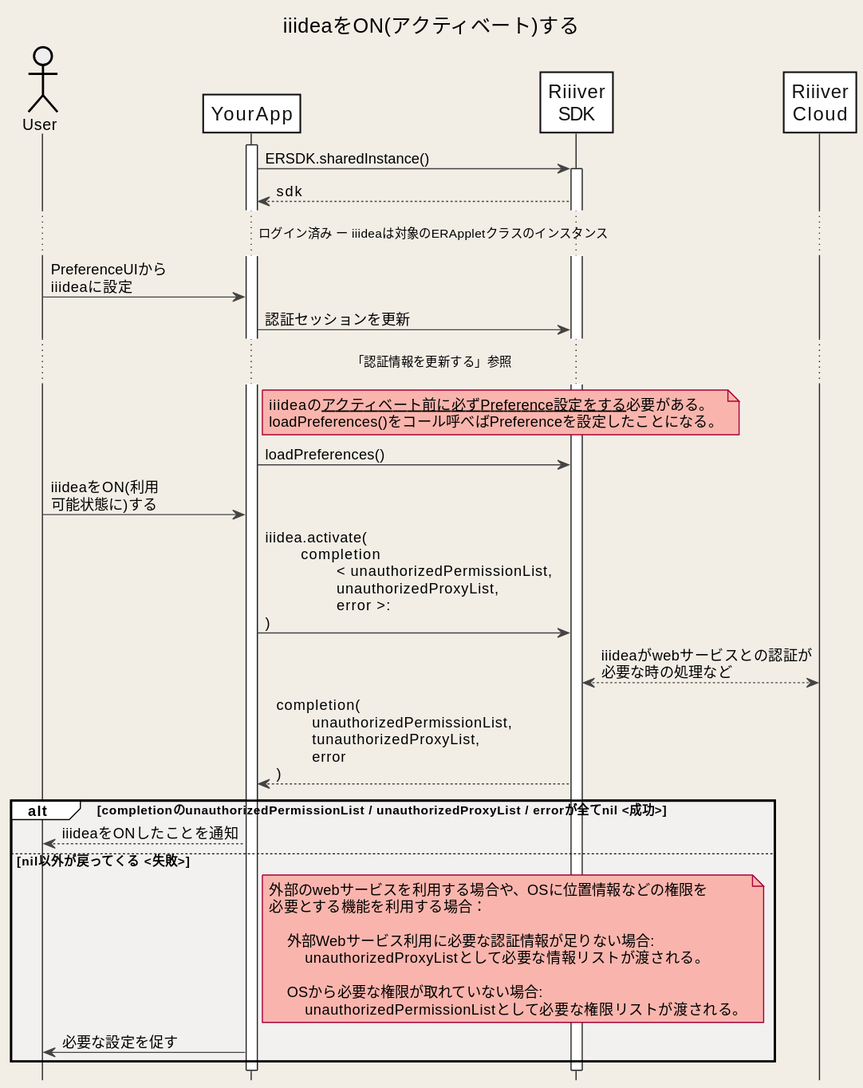
This is images/ja/Sequences/activateIiidea.svg from CitizenWatch/RiiiverResources, a PlantUML export, as it was before one commit.
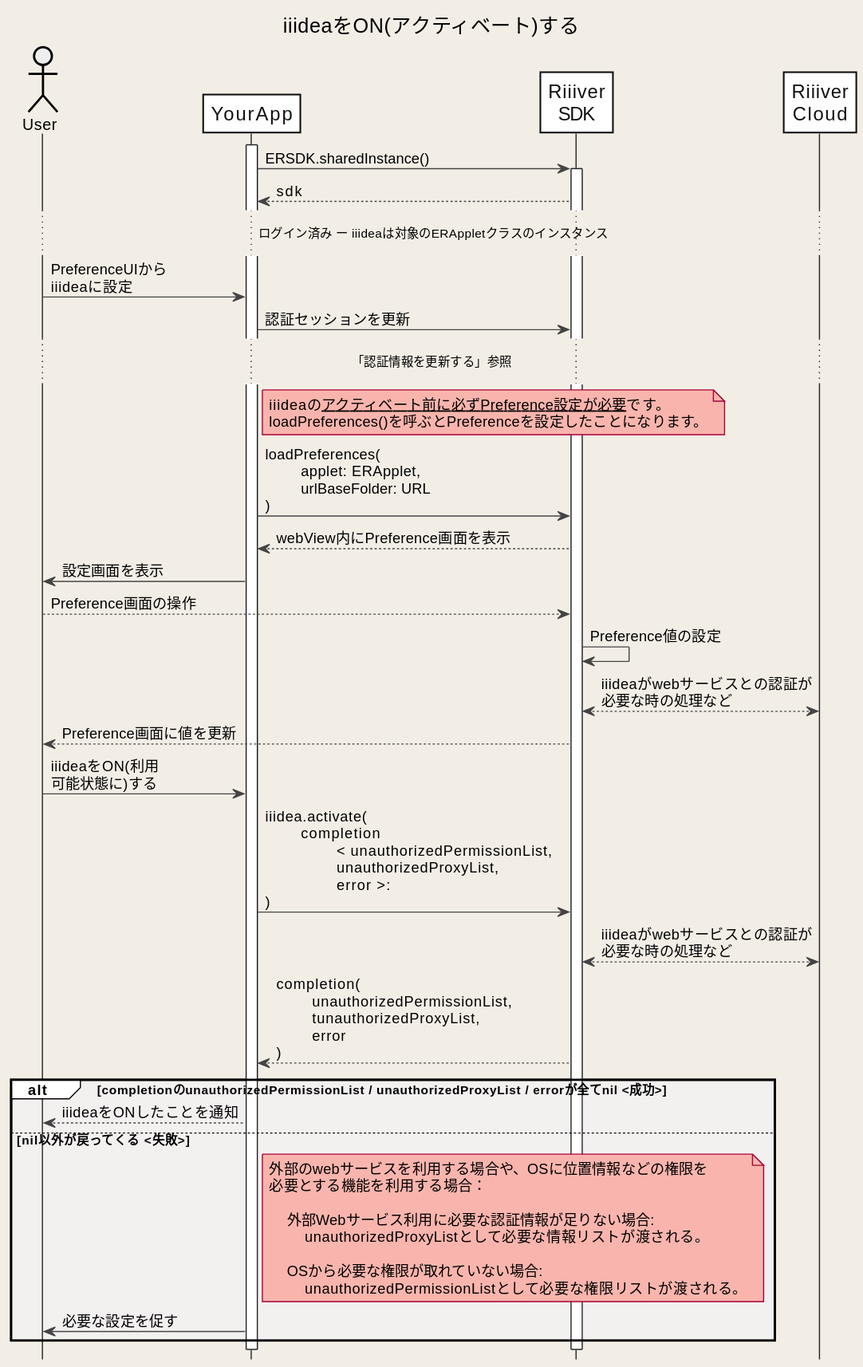
The same diagram one commit later.

Diff of the diagram source:
```diff
@@ -45,8 +45,15 @@
 
 App -> ERSDK: 認証セッションを更新
 ... 「認証情報を更新する」参照 ...
-note right of App: iiideaの__アクティベート前に必ずPreference設定をする__必要がある。\nloadPreferences()をコール呼べばPreferenceを設定したことになる。
-App -> ERSDK: loadPreferences()
+note right of App: iiideaの__アクティベート前に必ずPreference設定が必要__です。\nloadPreferences()を呼ぶとPreferenceを設定したことになります。
+App -> ERSDK: loadPreferences(\n\tapplet: ERApplet,\n\turlBaseFolder: URL\n)
+App <-- ERSDK: webView内にPreference画面を表示
+User <- App: 設定画面を表示
+User --> ERSDK: Preference画面の操作
+ERSDK -> ERSDK: Preference値の設定
+ERSDK <--> Riiiver: iiideaがwebサービスとの認証が\n必要な時の処理など
+User <-- ERSDK: Preference画面に値を更新
+
 User -> App: iiideaをON(利用\n可能状態に)する
 App -> ERSDK: iiidea.activate(\n\tcompletion\n\t\t< unauthorizedPermissionList,\n\t\tunauthorizedProxyList,\n\t\terror >:\n)
 ERSDK <--> Riiiver: iiideaがwebサービスとの認証が\n必要な時の処理など
```
